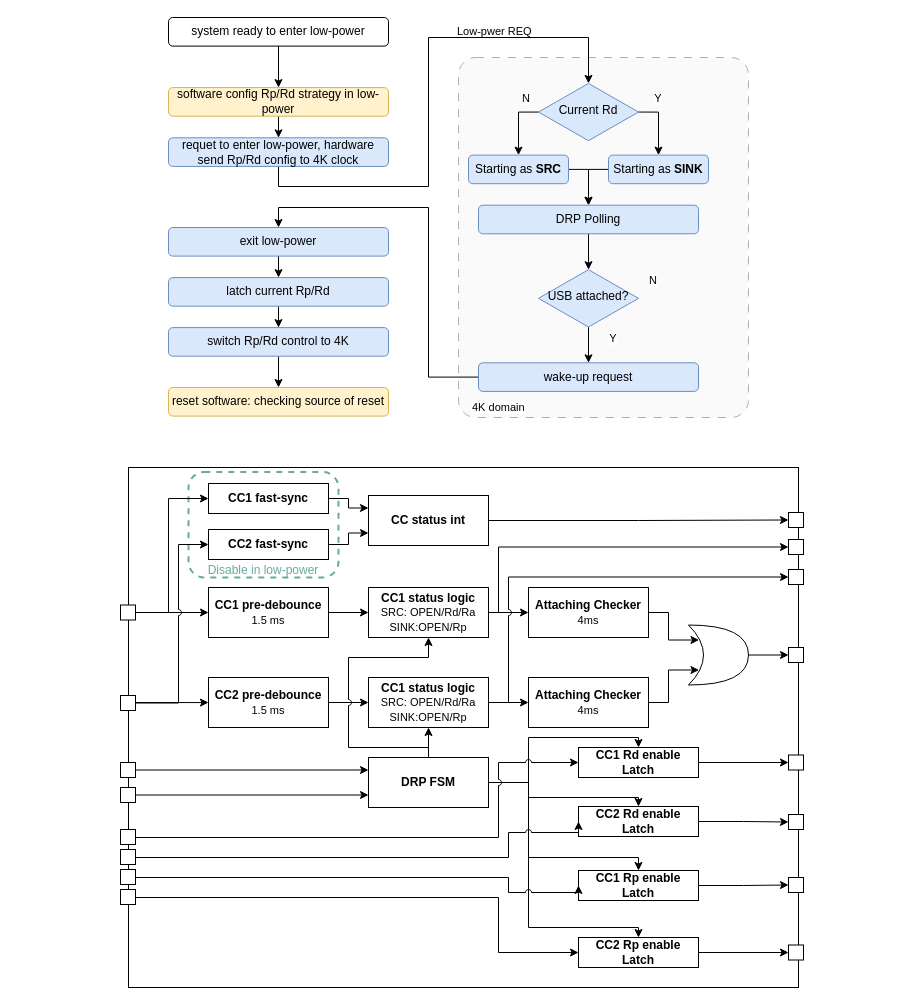
This is pd_rp_rd_lp.drawio from Xhopo/test, a draw.io file, before an edit. Source tidied: cells renumbered, new cells numbered last; positions are measured from the earlier drawing's top-left corner, leaving out a move shared by most shapes. Both pictures are drawn from the tidied source at 100%, with x=0, y=0 at pixel (120, 17).
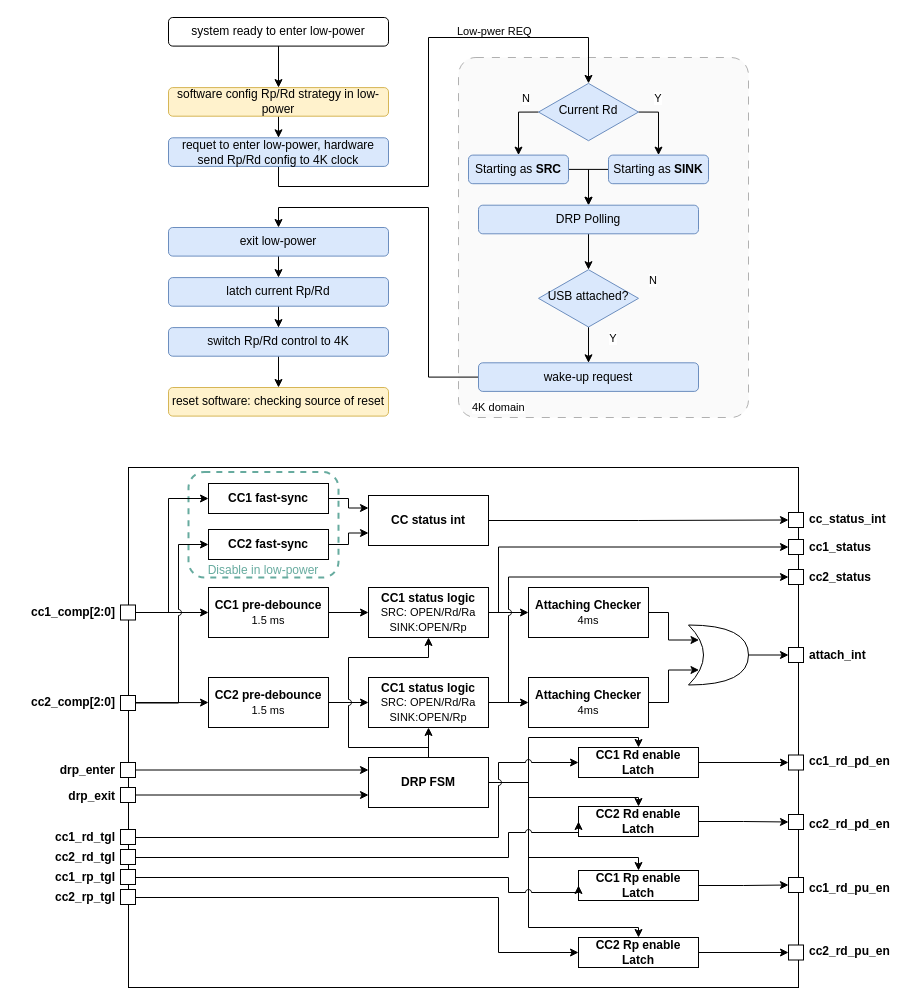
The same diagram, later.

The change refers to these unchanged cells:
```xml
<mxCell id="76" style="whiteSpace=wrap;html=1;" parent="1" vertex="1">
  <mxGeometry y="587.5" width="15" height="15" as="geometry" />
</mxCell>
```

The edit, as a diff of the source:
```diff
@@
-    <mxCell id="74" style="edgeStyle=orthogonalEdgeStyle;rounded=0;jettySize=auto;html=1;entryX=0;entryY=0.5;entryDx=0;entryDy=0;jumpStyle=arc;" parent="1" edge="1" target="76">
+    <mxCell id="74" style="edgeStyle=orthogonalEdgeStyle;rounded=0;jettySize=auto;html=1;entryX=0;entryY=0.5;entryDx=0;entryDy=0;jumpStyle=arc;fontStyle=1;" parent="1" edge="1" target="76">
       <mxGeometry relative="1" as="geometry">
         <mxPoint x="8" y="595" as="sourcePoint" />
       </mxGeometry>
     </mxCell>
@@
+    <mxCell id="102" value="cc1_comp[2:0]" style="text;html=1;align=right;verticalAlign=middle;whiteSpace=wrap;rounded=0;fontStyle=1;" parent="1" vertex="1">
+      <mxGeometry x="-103" y="580" width="100" height="30" as="geometry" />
+    </mxCell>
+    <mxCell id="103" value="cc2_comp[2:0]" style="text;html=1;align=right;verticalAlign=middle;whiteSpace=wrap;rounded=0;fontStyle=1;" parent="1" vertex="1">
+      <mxGeometry x="-93" y="670" width="90" height="30" as="geometry" />
+    </mxCell>
+    <mxCell id="104" value="drp_enter" style="text;html=1;align=right;verticalAlign=middle;whiteSpace=wrap;rounded=0;fontStyle=1;" parent="1" vertex="1">
+      <mxGeometry x="-103" y="738" width="100" height="30" as="geometry" />
+    </mxCell>
+    <mxCell id="105" value="drp_exit" style="text;html=1;align=right;verticalAlign=middle;whiteSpace=wrap;rounded=0;fontStyle=1;" parent="1" vertex="1">
+      <mxGeometry x="-103" y="764" width="100" height="30" as="geometry" />
+    </mxCell>
+    <mxCell id="106" value="cc1_rd_tgl" style="text;html=1;align=right;verticalAlign=middle;whiteSpace=wrap;rounded=0;fontStyle=1;" parent="1" vertex="1">
+      <mxGeometry x="-103" y="805" width="100" height="30" as="geometry" />
+    </mxCell>
+    <mxCell id="107" value="cc2_rd_tgl" style="text;html=1;align=right;verticalAlign=middle;whiteSpace=wrap;rounded=0;fontStyle=1;" parent="1" vertex="1">
+      <mxGeometry x="-103" y="825" width="100" height="30" as="geometry" />
+    </mxCell>
+    <mxCell id="108" value="cc2_rp_tgl" style="text;html=1;align=right;verticalAlign=middle;whiteSpace=wrap;rounded=0;fontStyle=1;" parent="1" vertex="1">
+      <mxGeometry x="-103" y="865" width="100" height="30" as="geometry" />
+    </mxCell>
+    <mxCell id="109" value="cc1_rp_tgl" style="text;html=1;align=right;verticalAlign=middle;whiteSpace=wrap;rounded=0;fontStyle=1;" parent="1" vertex="1">
+      <mxGeometry x="-103" y="845" width="100" height="30" as="geometry" />
+    </mxCell>
+    <mxCell id="110" value="cc_status_int" style="text;html=1;align=left;verticalAlign=middle;whiteSpace=wrap;rounded=0;fontStyle=1;" parent="1" vertex="1">
+      <mxGeometry x="687" y="487" width="100" height="30" as="geometry" />
+    </mxCell>
+    <mxCell id="111" value="cc1_status" style="text;html=1;align=left;verticalAlign=middle;whiteSpace=wrap;rounded=0;fontStyle=1;" parent="1" vertex="1">
+      <mxGeometry x="687" y="515" width="90" height="30" as="geometry" />
+    </mxCell>
+    <mxCell id="112" value="cc1_rd_pd_en" style="text;html=1;align=left;verticalAlign=middle;whiteSpace=wrap;rounded=0;fontStyle=1;" parent="1" vertex="1">
+      <mxGeometry x="687" y="729" width="100" height="30" as="geometry" />
+    </mxCell>
+    <mxCell id="113" value="cc2_status" style="text;html=1;align=left;verticalAlign=middle;whiteSpace=wrap;rounded=0;fontStyle=1;" parent="1" vertex="1">
+      <mxGeometry x="687" y="545" width="90" height="30" as="geometry" />
+    </mxCell>
+    <mxCell id="114" value="cc2_rd_pd_en" style="text;html=1;align=left;verticalAlign=middle;whiteSpace=wrap;rounded=0;fontStyle=1;" parent="1" vertex="1">
+      <mxGeometry x="687" y="792" width="100" height="30" as="geometry" />
+    </mxCell>
+    <mxCell id="115" value="cc1_rd_pu_en" style="text;html=1;align=left;verticalAlign=middle;whiteSpace=wrap;rounded=0;fontStyle=1;" parent="1" vertex="1">
+      <mxGeometry x="687" y="856" width="100" height="30" as="geometry" />
+    </mxCell>
+    <mxCell id="116" value="cc2_rd_pu_en" style="text;html=1;align=left;verticalAlign=middle;whiteSpace=wrap;rounded=0;fontStyle=1;" parent="1" vertex="1">
+      <mxGeometry x="687" y="919" width="100" height="30" as="geometry" />
+    </mxCell>
+    <mxCell id="117" value="attach_int" style="text;html=1;align=left;verticalAlign=middle;whiteSpace=wrap;rounded=0;fontStyle=1;" parent="1" vertex="1">
+      <mxGeometry x="687" y="623" width="90" height="30" as="geometry" />
+    </mxCell>
```
